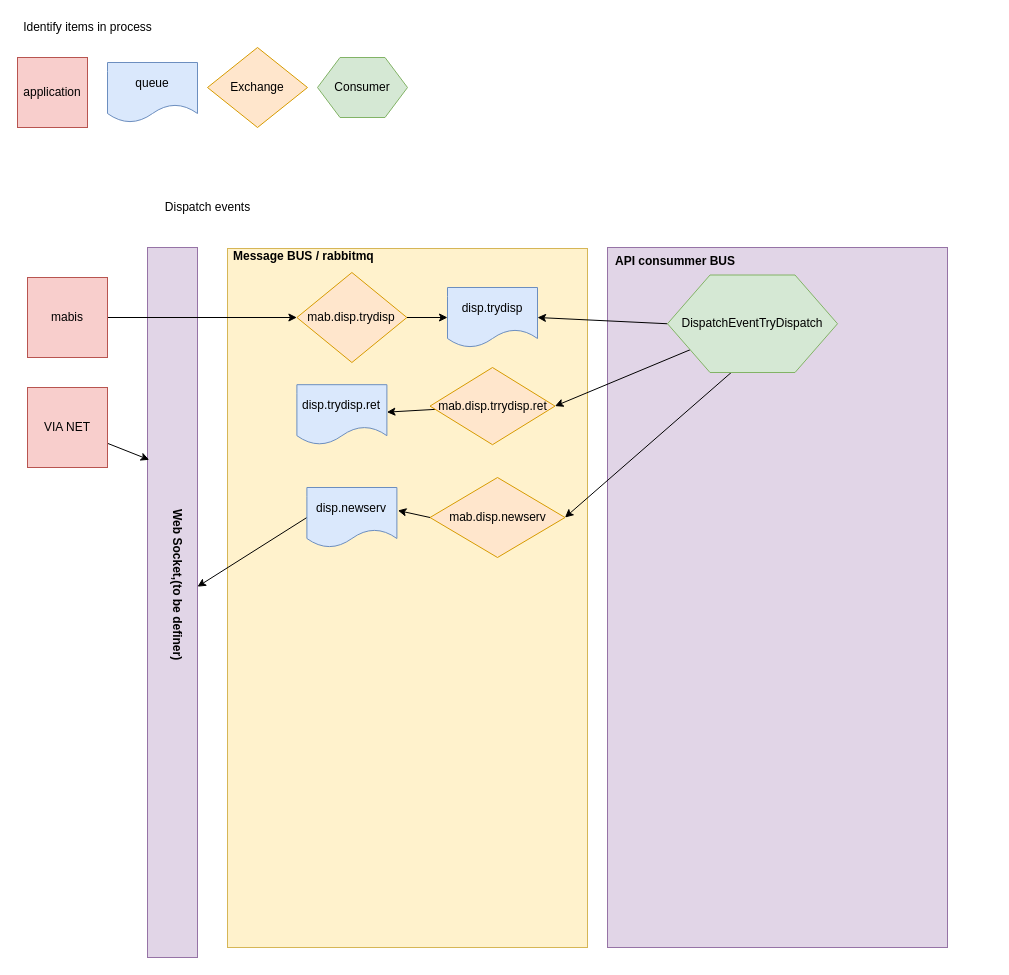
Above: page "Fluxo por processo" (2 of 3) of dispatch/Processo Dispatch.drawio in rodrigoporcionato/estudos (draw.io), before the change. Source tidied: cells renumbered, new cells numbered last; positions are measured from the earlier drawing's top-left corner, leaving out a move shared by most shapes. Both pictures are drawn from the tidied source at 100%, with x=0, y=0 at pixel (17, 17).
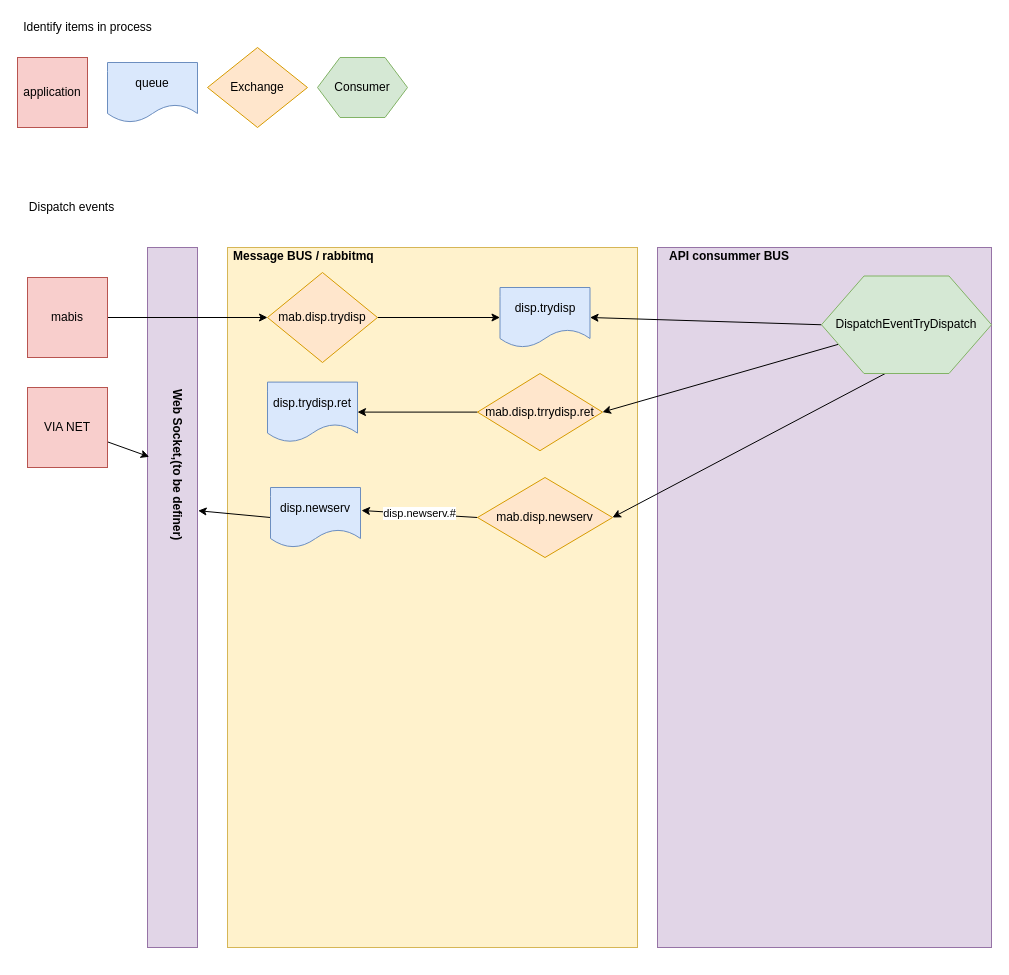
The same diagram, later.

Change to the diagram source:
```diff
@@
     <mxCell id="2" style="rounded=0;whiteSpace=wrap;html=1;strokeColor=#9673a6;fillColor=#e1d5e7;" parent="1" vertex="1">
-      <mxGeometry x="130" y="230" width="50" height="710" as="geometry" />
+      <mxGeometry x="130" y="230" width="50" height="700" as="geometry" />
     </mxCell>
     <mxCell id="3" style="rounded=0;whiteSpace=wrap;html=1;fillColor=#e1d5e7;strokeColor=#9673a6;" parent="1" vertex="1">
-      <mxGeometry x="590" y="230" width="340" height="700" as="geometry" />
+      <mxGeometry x="640" y="230" width="334" height="700" as="geometry" />
     </mxCell>
     <mxCell id="4" style="rounded=0;whiteSpace=wrap;html=1;fillColor=#fff2cc;strokeColor=#d6b656;" parent="1" vertex="1">
-      <mxGeometry x="210" y="231" width="360" height="699" as="geometry" />
+      <mxGeometry x="210" y="230" width="410" height="700" as="geometry" />
     </mxCell>
@@
     <mxCell id="8" value="Dispatch events" style="text;html=1;align=center;verticalAlign=middle;" parent="1" vertex="1">
-      <mxGeometry x="140" y="180" width="100" height="20" as="geometry" />
+      <mxGeometry x="4" y="180" width="100" height="20" as="geometry" />
     </mxCell>
@@
     <mxCell id="12" value="mab.disp.trydisp" style="rhombus;whiteSpace=wrap;html=1;fillColor=#ffe6cc;strokeColor=#d79b00;" parent="1" vertex="1">
-      <mxGeometry x="279.4" y="255" width="110" height="90" as="geometry" />
+      <mxGeometry x="250" y="255" width="110" height="90" as="geometry" />
     </mxCell>
@@
     <mxCell id="15" value="disp.trydisp" style="shape=document;whiteSpace=wrap;html=1;boundedLbl=1;strokeColor=#6c8ebf;fillColor=#dae8fc;" parent="1" vertex="1">
-      <mxGeometry x="430" y="270" width="90" height="60" as="geometry" />
+      <mxGeometry x="482.5" y="270" width="90" height="60" as="geometry" />
     </mxCell>
@@
     <mxCell id="19" value="DispatchEventTryDispatch" style="shape=hexagon;perimeter=hexagonPerimeter2;whiteSpace=wrap;html=1;fillColor=#d5e8d4;strokeColor=#82b366;" parent="1" vertex="1">
-      <mxGeometry x="650" y="257.5" width="170" height="97.5" as="geometry" />
+      <mxGeometry x="804" y="258.5" width="170" height="97.5" as="geometry" />
     </mxCell>
     <mxCell id="20" value="API consummer BUS" style="text;html=1;fontStyle=1;" parent="1" vertex="1">
-      <mxGeometry x="596" y="230" width="110" height="30" as="geometry" />
+      <mxGeometry x="650" y="225" width="110" height="30" as="geometry" />
     </mxCell>
@@
     <mxCell id="22" value="mab.disp.trrydisp.ret" style="rhombus;whiteSpace=wrap;html=1;fillColor=#ffe6cc;strokeColor=#d79b00;" parent="1" vertex="1">
-      <mxGeometry x="412.5" y="350" width="125" height="77.2" as="geometry" />
+      <mxGeometry x="460" y="356" width="125" height="77.2" as="geometry" />
     </mxCell>
     <mxCell id="23" value="disp.trydisp.ret" style="shape=document;whiteSpace=wrap;html=1;boundedLbl=1;strokeColor=#6c8ebf;fillColor=#dae8fc;" parent="1" vertex="1">
-      <mxGeometry x="279.4" y="367.2" width="90" height="60" as="geometry" />
+      <mxGeometry x="250" y="364.6" width="90" height="60" as="geometry" />
     </mxCell>
@@
-    <mxCell id="27" style="edgeStyle=none;rounded=0;jettySize=auto;html=1;exitX=0;exitY=0.5;exitDx=0;exitDy=0;entryX=1.011;entryY=0.383;entryDx=0;entryDy=0;entryPerimeter=0;" parent="1" edge="1" source="28" target="30">
+    <mxCell id="27" value="disp.newserv.#" style="edgeStyle=none;rounded=0;jettySize=auto;html=1;exitX=0;exitY=0.5;exitDx=0;exitDy=0;entryX=1.011;entryY=0.383;entryDx=0;entryDy=0;entryPerimeter=0;" parent="1" edge="1" source="28" target="30">
       <mxGeometry relative="1" as="geometry" />
     </mxCell>
     <mxCell id="28" value="mab.disp.newserv" style="rhombus;whiteSpace=wrap;html=1;fillColor=#ffe6cc;strokeColor=#d79b00;" parent="1" vertex="1">
-      <mxGeometry x="412.5" y="460" width="135" height="80" as="geometry" />
+      <mxGeometry x="460" y="460" width="135" height="80" as="geometry" />
     </mxCell>
-    <mxCell id="29" style="edgeStyle=none;rounded=0;jettySize=auto;html=1;exitX=0;exitY=0.5;exitDx=0;exitDy=0;" parent="1" edge="1" source="30" target="2">
+    <mxCell id="29" style="edgeStyle=none;rounded=0;jettySize=auto;html=1;exitX=0;exitY=0.5;exitDx=0;exitDy=0;entryX=1.013;entryY=0.376;entryDx=0;entryDy=0;entryPerimeter=0;" parent="1" edge="1" source="30" target="2">
       <mxGeometry relative="1" as="geometry" />
     </mxCell>
     <mxCell id="30" value="disp.newserv" style="shape=document;whiteSpace=wrap;html=1;boundedLbl=1;fillColor=#dae8fc;strokeColor=#6c8ebf;" parent="1" vertex="1">
-      <mxGeometry x="289.4" y="470" width="90" height="60" as="geometry" />
+      <mxGeometry x="253" y="470" width="90" height="60" as="geometry" />
     </mxCell>
     <mxCell id="31" value="Web Socket,(to be definer)" style="text;html=1;fontStyle=1;rotation=90;" parent="1" vertex="1">
-      <mxGeometry x="104" y="530" width="110" height="30" as="geometry" />
+      <mxGeometry x="104" y="410" width="110" height="30" as="geometry" />
     </mxCell>
```
